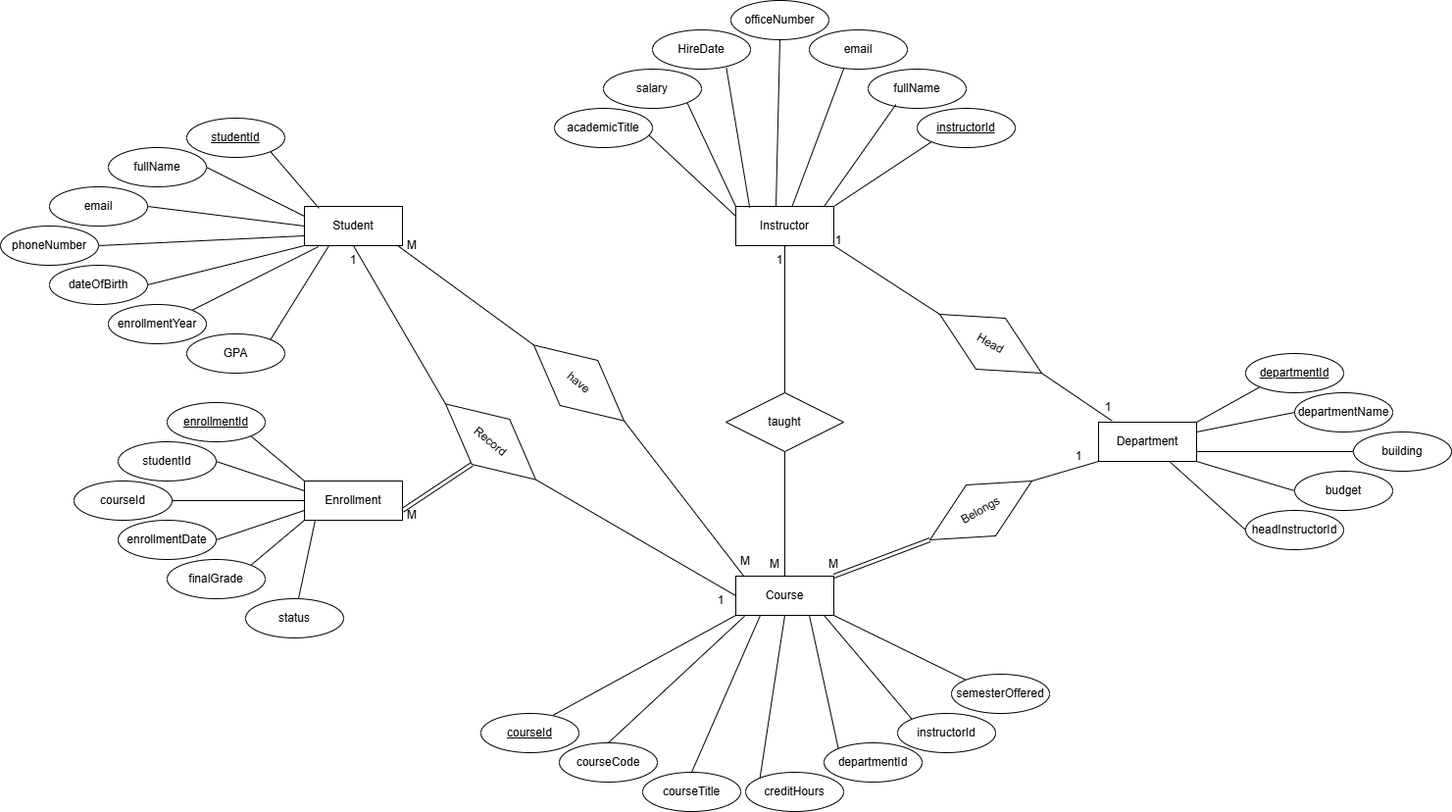
This is UniversitySystem/ERD/UniversityManagmentSystem.drawio.png from MrSn001/BackEndPractice, a draw.io export, as it was before one commit. Source tidied: cells renumbered, new cells last; positions are measured from the earlier drawing's top-left corner, leaving out a move shared by most shapes.
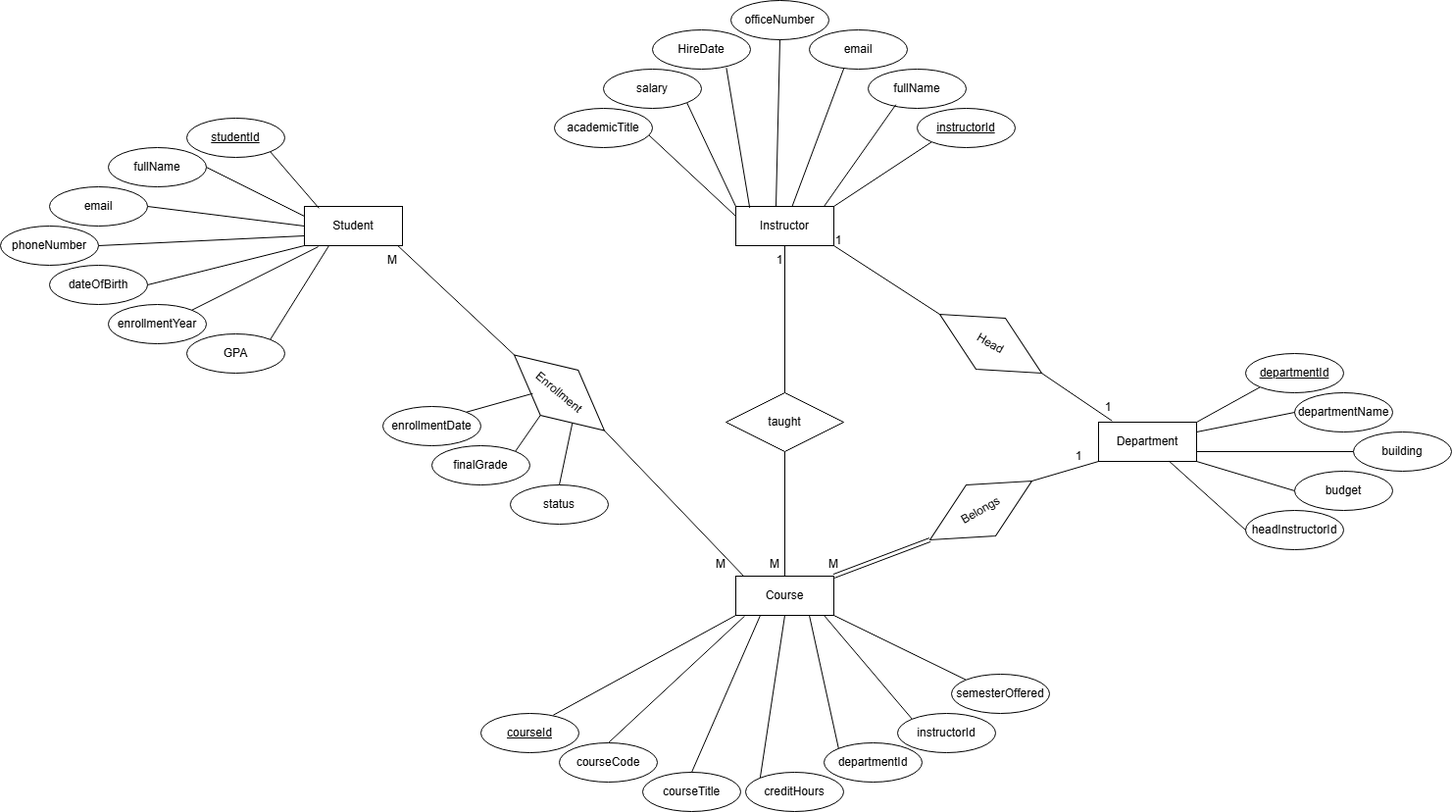
The same diagram one commit later.

Commit message:
Updated UniversityManagmentSystem ERD

Change to the diagram source:
```diff
@@ -2,9 +2,6 @@
   <root>
     <mxCell id="0" />
     <mxCell id="1" parent="0" />
-    <mxCell id="2" style="rounded=0;jettySize=auto;html=1;exitX=0.5;exitY=1;exitDx=0;exitDy=0;entryX=0;entryY=0.5;entryDx=0;entryDy=0;endArrow=none;endFill=0;" parent="1" edge="1" source="3" target="94">
-      <mxGeometry relative="1" as="geometry" />
-    </mxCell>
     <mxCell id="3" value="Student" style="whiteSpace=wrap;html=1;align=center;" parent="1" vertex="1">
       <mxGeometry x="310" y="210" width="100" height="40" as="geometry" />
     </mxCell>
@@ -20,18 +17,9 @@
     <mxCell id="7" value="Department" style="whiteSpace=wrap;html=1;align=center;" parent="1" vertex="1">
       <mxGeometry x="1120" y="430" width="100" height="40" as="geometry" />
     </mxCell>
-    <mxCell id="8" style="rounded=0;jettySize=auto;html=1;exitX=0;exitY=0.5;exitDx=0;exitDy=0;entryX=1;entryY=0.5;entryDx=0;entryDy=0;endArrow=none;endFill=0;" parent="1" edge="1" source="9" target="94">
-      <mxGeometry relative="1" as="geometry" />
-    </mxCell>
     <mxCell id="9" value="Course" style="whiteSpace=wrap;html=1;align=center;" parent="1" vertex="1">
       <mxGeometry x="750" y="587" width="100" height="40" as="geometry" />
     </mxCell>
-    <mxCell id="10" style="rounded=0;jettySize=auto;html=1;exitX=1;exitY=0.75;exitDx=0;exitDy=0;entryX=0.5;entryY=1;entryDx=0;entryDy=0;endArrow=none;endFill=0;shape=link;" parent="1" edge="1" source="11" target="94">
-      <mxGeometry relative="1" as="geometry" />
-    </mxCell>
-    <mxCell id="11" value="Enrollment" style="whiteSpace=wrap;html=1;align=center;" parent="1" vertex="1">
-      <mxGeometry x="310" y="490" width="100" height="40" as="geometry" />
-    </mxCell>
     <mxCell id="12" value="studentId" style="ellipse;whiteSpace=wrap;html=1;align=center;fontStyle=4;" parent="1" vertex="1">
       <mxGeometry x="190" y="120" width="100" height="40" as="geometry" />
     </mxCell>
@@ -189,44 +177,21 @@
     <mxCell id="62" value="instructorId" style="ellipse;whiteSpace=wrap;html=1;align=center;" parent="1" vertex="1">
       <mxGeometry x="915" y="727" width="100" height="40" as="geometry" />
     </mxCell>
-    <mxCell id="63" style="rounded=0;jettySize=auto;html=1;exitX=1;exitY=0.5;exitDx=0;exitDy=0;entryX=0;entryY=0.25;entryDx=0;entryDy=0;endArrow=none;endFill=0;" parent="1" edge="1" source="64" target="11">
-      <mxGeometry relative="1" as="geometry" />
-    </mxCell>
-    <mxCell id="64" value="studentId" style="ellipse;whiteSpace=wrap;html=1;align=center;" parent="1" vertex="1">
-      <mxGeometry x="120" y="450" width="100" height="40" as="geometry" />
-    </mxCell>
-    <mxCell id="65" style="rounded=0;jettySize=auto;html=1;exitX=1;exitY=1;exitDx=0;exitDy=0;entryX=0;entryY=0;entryDx=0;entryDy=0;endArrow=none;endFill=0;" parent="1" edge="1" source="66" target="11">
-      <mxGeometry relative="1" as="geometry" />
-    </mxCell>
-    <mxCell id="66" value="enrollmentId" style="ellipse;whiteSpace=wrap;html=1;align=center;fontStyle=4;" parent="1" vertex="1">
-      <mxGeometry x="170" y="410" width="100" height="40" as="geometry" />
-    </mxCell>
-    <mxCell id="67" style="rounded=0;jettySize=auto;html=1;exitX=1;exitY=0.5;exitDx=0;exitDy=0;entryX=0;entryY=0.5;entryDx=0;entryDy=0;endArrow=none;endFill=0;" parent="1" edge="1" source="68" target="11">
-      <mxGeometry relative="1" as="geometry" />
-    </mxCell>
-    <mxCell id="68" value="courseId" style="ellipse;whiteSpace=wrap;html=1;align=center;" parent="1" vertex="1">
-      <mxGeometry x="75" y="490" width="100" height="40" as="geometry" />
-    </mxCell>
-    <mxCell id="69" style="rounded=0;jettySize=auto;html=1;exitX=1;exitY=0.5;exitDx=0;exitDy=0;entryX=0;entryY=0.75;entryDx=0;entryDy=0;endArrow=none;endFill=0;" parent="1" edge="1" source="70" target="11">
-      <mxGeometry relative="1" as="geometry" />
-    </mxCell>
     <mxCell id="70" value="enrollmentDate" style="ellipse;whiteSpace=wrap;html=1;align=center;" parent="1" vertex="1">
-      <mxGeometry x="120" y="530" width="100" height="40" as="geometry" />
+      <mxGeometry x="390" y="414" width="100" height="40" as="geometry" />
     </mxCell>
-    <mxCell id="71" style="rounded=0;jettySize=auto;html=1;exitX=1;exitY=0;exitDx=0;exitDy=0;entryX=0;entryY=1;entryDx=0;entryDy=0;endArrow=none;endFill=0;" parent="1" edge="1" source="72" target="11">
-      <mxGeometry relative="1" as="geometry" />
-    </mxCell>
+    <mxCell id="98" style="rounded=0;jettySize=auto;html=1;exitX=1;exitY=0;exitDx=0;exitDy=0;entryX=0.5;entryY=1;entryDx=0;entryDy=0;endArrow=none;endFill=0;" parent="1" edge="1" source="72" target="91">
+      <mxGeometry relative="1" as="geometry" />
+    </mxCell>
     <mxCell id="72" value="finalGrade" style="ellipse;whiteSpace=wrap;html=1;align=center;" parent="1" vertex="1">
-      <mxGeometry x="170" y="570" width="100" height="40" as="geometry" />
+      <mxGeometry x="440" y="454" width="100" height="40" as="geometry" />
     </mxCell>
+    <mxCell id="99" style="rounded=0;jettySize=auto;html=1;exitX=0.5;exitY=0;exitDx=0;exitDy=0;entryX=1;entryY=1;entryDx=0;entryDy=0;endArrow=none;endFill=0;" parent="1" edge="1" source="73" target="91">
+      <mxGeometry relative="1" as="geometry" />
+    </mxCell>
     <mxCell id="73" value="status" style="ellipse;whiteSpace=wrap;html=1;align=center;" parent="1" vertex="1">
-      <mxGeometry x="250" y="610" width="100" height="40" as="geometry" />
+      <mxGeometry x="520" y="494" width="100" height="40" as="geometry" />
     </mxCell>
-    <mxCell id="74" style="rounded=0;jettySize=auto;html=1;endArrow=none;endFill=0;" parent="1" edge="1" source="73">
-      <mxGeometry relative="1" as="geometry">
-        <mxPoint x="321" y="530" as="targetPoint" />
-      </mxGeometry>
-    </mxCell>
     <mxCell id="75" style="rounded=0;jettySize=auto;html=1;exitX=0;exitY=0.5;exitDx=0;exitDy=0;entryX=1;entryY=1;entryDx=0;entryDy=0;endArrow=none;endFill=0;" parent="1" edge="1" source="76" target="6">
       <mxGeometry relative="1" as="geometry" />
     </mxCell>
@@ -275,26 +240,17 @@
     <mxCell id="90" style="rounded=0;jettySize=auto;html=1;exitX=1;exitY=0.5;exitDx=0;exitDy=0;endArrow=none;endFill=0;entryX=0.084;entryY=0.008;entryDx=0;entryDy=0;entryPerimeter=0;" parent="1" edge="1" source="91" target="9">
       <mxGeometry relative="1" as="geometry" />
     </mxCell>
-    <mxCell id="91" value="have" style="shape=rhombus;perimeter=rhombusPerimeter;whiteSpace=wrap;html=1;align=center;rotation=40;" parent="1" vertex="1">
-      <mxGeometry x="530" y="360" width="120" height="60" as="geometry" />
+    <mxCell id="91" value="Enrollment" style="shape=rhombus;perimeter=rhombusPerimeter;whiteSpace=wrap;html=1;align=center;rotation=40;" parent="1" vertex="1">
+      <mxGeometry x="510" y="370" width="120" height="60" as="geometry" />
     </mxCell>
     <mxCell id="92" value="M" style="text;html=1;whiteSpace=wrap;strokeColor=none;fillColor=none;align=center;verticalAlign=middle;rounded=0;" parent="1" vertex="1">
-      <mxGeometry x="390" y="235" width="60" height="30" as="geometry" />
+      <mxGeometry x="370" y="250" width="60" height="30" as="geometry" />
     </mxCell>
     <mxCell id="93" value="M" style="text;html=1;whiteSpace=wrap;strokeColor=none;fillColor=none;align=center;verticalAlign=middle;rounded=0;" parent="1" vertex="1">
-      <mxGeometry x="730" y="557" width="60" height="30" as="geometry" />
+      <mxGeometry x="705" y="560" width="60" height="30" as="geometry" />
     </mxCell>
-    <mxCell id="94" value="Record" style="shape=rhombus;perimeter=rhombusPerimeter;whiteSpace=wrap;html=1;align=center;rotation=40;" parent="1" vertex="1">
-      <mxGeometry x="440" y="420" width="120" height="60" as="geometry" />
-    </mxCell>
-    <mxCell id="95" value="M" style="text;html=1;whiteSpace=wrap;strokeColor=none;fillColor=none;align=center;verticalAlign=middle;rounded=0;" parent="1" vertex="1">
-      <mxGeometry x="390" y="510" width="60" height="30" as="geometry" />
-    </mxCell>
-    <mxCell id="96" value="1" style="text;html=1;whiteSpace=wrap;strokeColor=none;fillColor=none;align=center;verticalAlign=middle;rounded=0;" parent="1" vertex="1">
-      <mxGeometry x="330" y="250" width="60" height="30" as="geometry" />
-    </mxCell>
-    <mxCell id="97" value="1" style="text;html=1;whiteSpace=wrap;strokeColor=none;fillColor=none;align=center;verticalAlign=middle;rounded=0;" parent="1" vertex="1">
-      <mxGeometry x="705" y="597" width="60" height="30" as="geometry" />
-    </mxCell>
+    <mxCell id="100" style="rounded=0;jettySize=auto;html=1;exitX=1;exitY=0;exitDx=0;exitDy=0;entryX=0.331;entryY=0.8;entryDx=0;entryDy=0;entryPerimeter=0;endArrow=none;endFill=0;" parent="1" edge="1" source="70" target="91">
+      <mxGeometry relative="1" as="geometry" />
+    </mxCell>
   </root>
 </mxGraphModel>
```
